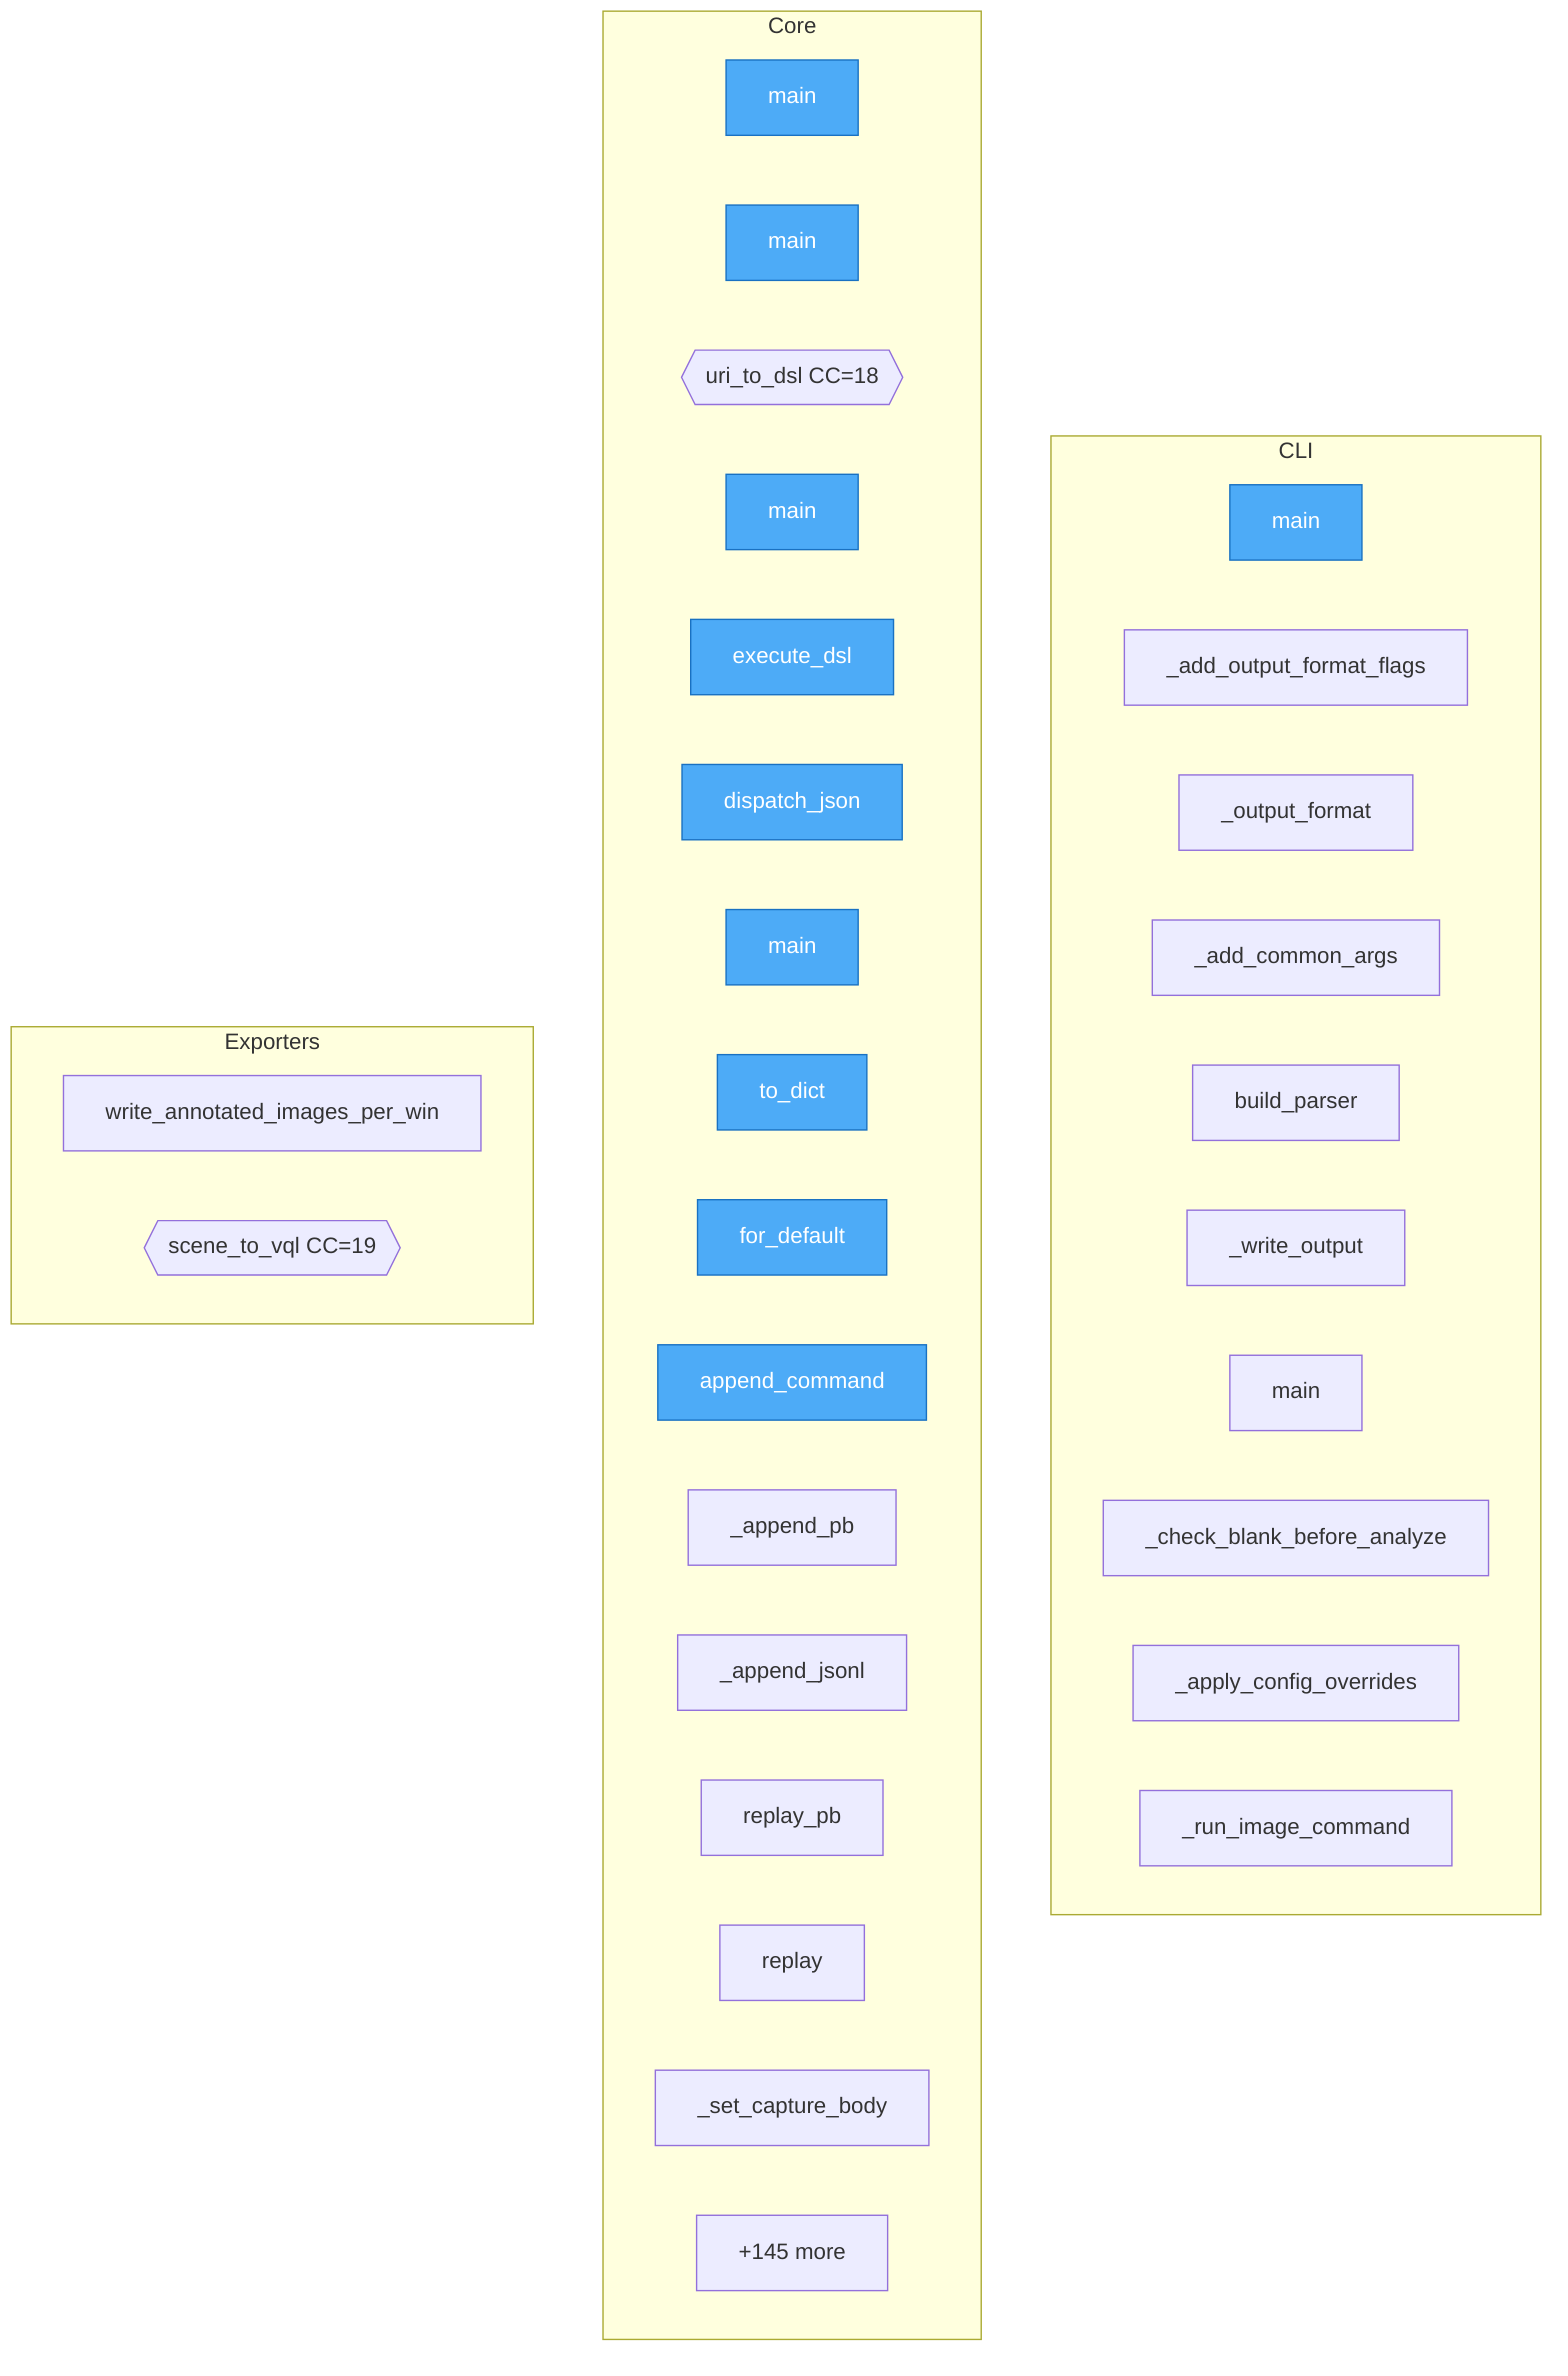
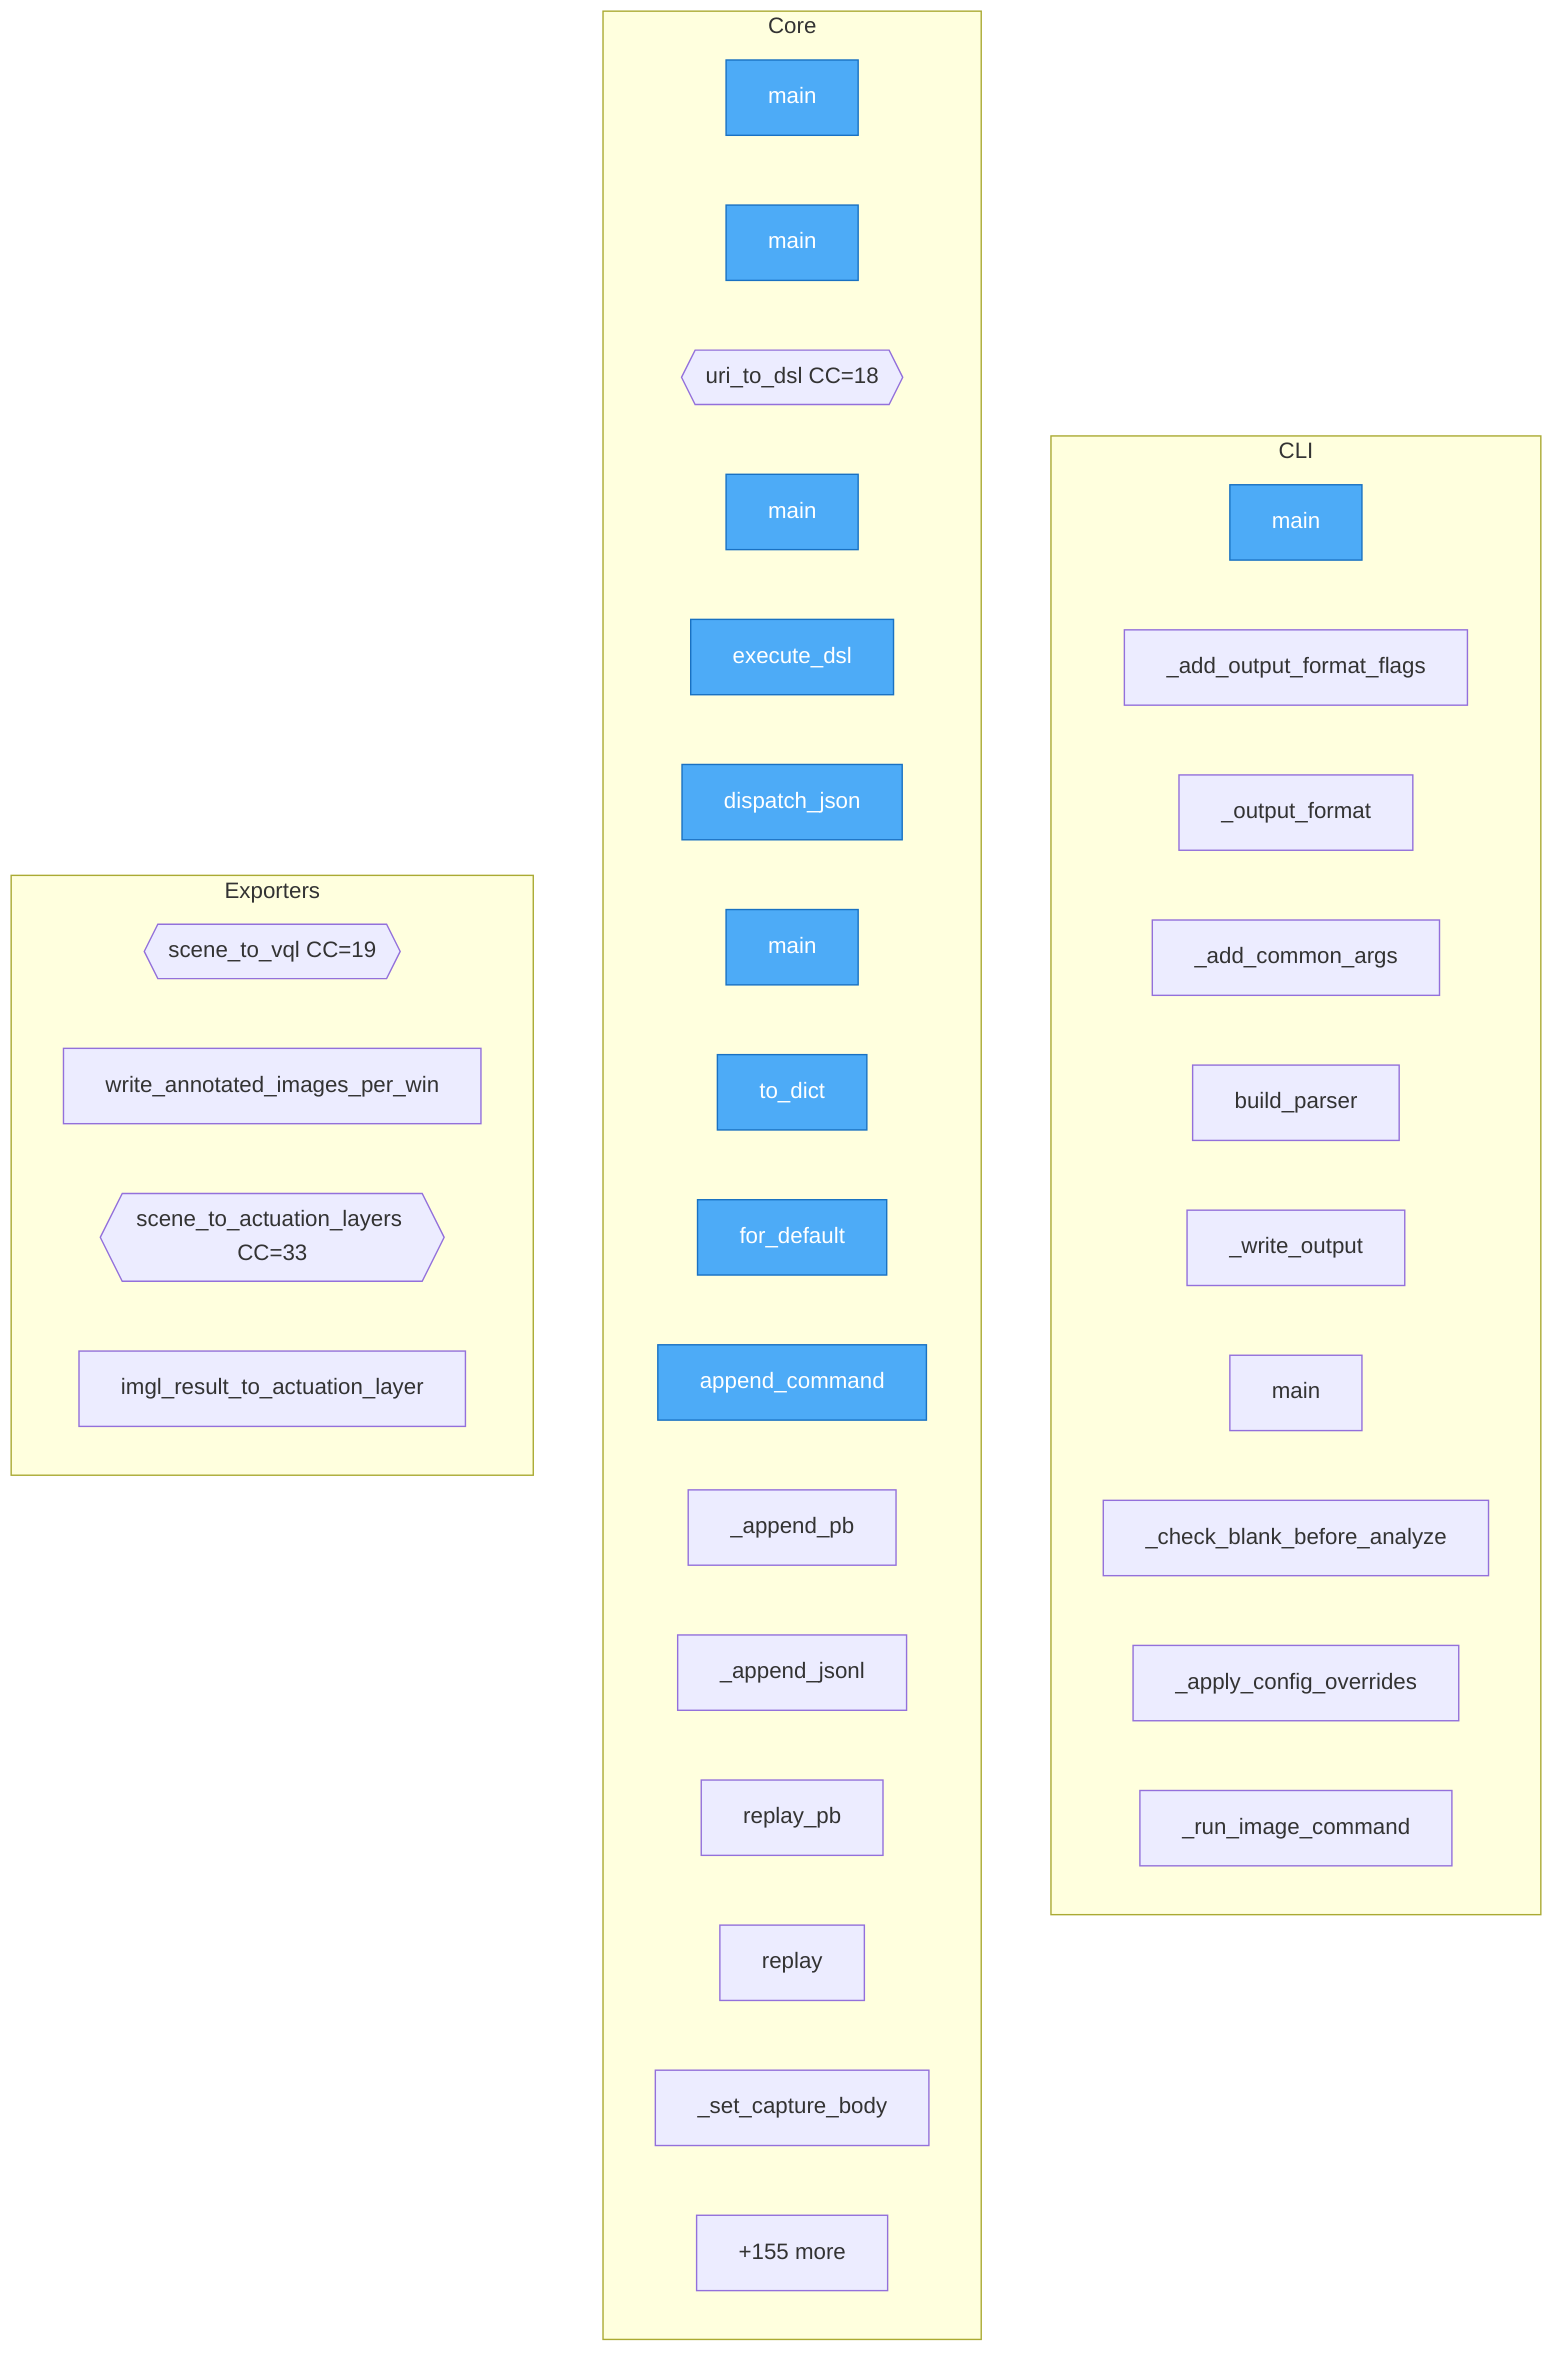
flowchart TD
- %% generated in 0.03s
+ %% generated in 0.05s

    %% Entry points (blue)
    classDef entry fill:#4dabf7,stroke:#1971c2,color:#fff

    subgraph CLI
        packages__cli2imgl__src__cli2imgl__cli__main["main"]
        imgl__cli___add_output_format_flags["_add_output_format_flags"]
        imgl__cli___output_format["_output_format"]
        imgl__cli___add_common_args["_add_common_args"]
        imgl__cli__build_parser["build_parser"]
        imgl__cli___write_output["_write_output"]
        imgl__cli__main["main"]
        imgl__cli___check_blank_before_analyze["_check_blank_before_analyze"]
        imgl__cli___apply_config_overrides["_apply_config_overrides"]
        imgl__cli___run_image_command["_run_image_command"]
    end

    subgraph Core
        packages__rest2imgl__src__rest2imgl__cli__main["main"]
        packages__uri2imgl__src__uri2imgl__cli__main["main"]
        packages__uri2imgl__src__uri2imgl__decode__uri_to_dsl{{uri_to_dsl CC=18}}
        packages__mcp2imgl__src__mcp2imgl__cli__main["main"]
        packages__dsl2imgl__src__dsl2imgl__bus__execute_dsl["execute_dsl"]
        packages__dsl2imgl__src__dsl2imgl__bus__dispatch_json["dispatch_json"]
        packages__dsl2imgl__src__dsl2imgl__cli__main["main"]
        packages__dsl2imgl__src__dsl2imgl__events__StoredEvent__to_dict["to_dict"]
        packages__dsl2imgl__src__dsl2imgl__events__EventStore__for_default["for_default"]
        packages__dsl2imgl__src__dsl2imgl__events__EventStore__append_command["append_command"]
        packages__dsl2imgl__src__dsl2imgl__events__EventStore___append_pb["_append_pb"]
        packages__dsl2imgl__src__dsl2imgl__events__EventStore___append_jsonl["_append_jsonl"]
        packages__dsl2imgl__src__dsl2imgl__events__EventStore__replay_pb["replay_pb"]
        packages__dsl2imgl__src__dsl2imgl__events__EventStore__replay["replay"]
        packages__dsl2imgl__src__dsl2imgl__pb_codec___set_capture_body["_set_capture_body"]
-         ...["+145 more"]
+         ...["+155 more"]
    end

    subgraph Exporters
+         imgl__export__vql_adapter__scene_to_vql{{scene_to_vql CC=19}}
        imgl__export__annotate_export__write_annotated_images_per_window["write_annotated_images_per_win"]
-         imgl__export__vql_adapter__scene_to_vql{{scene_to_vql CC=19}}
+         imgl__export__actuation_layers__scene_to_actuation_layers{{scene_to_actuation_layers CC=33}}
+         imgl__export__actuation_layers__imgl_result_to_actuation_layers["imgl_result_to_actuation_layer"]
    end

    class packages__rest2imgl__src__rest2imgl__cli__main,packages__cli2imgl__src__cli2imgl__cli__main,packages__uri2imgl__src__uri2imgl__cli__main,packages__mcp2imgl__src__mcp2imgl__cli__main,packages__dsl2imgl__src__dsl2imgl__bus__execute_dsl,packages__dsl2imgl__src__dsl2imgl__bus__dispatch_json,packages__dsl2imgl__src__dsl2imgl__cli__main,packages__dsl2imgl__src__dsl2imgl__events__StoredEvent__to_dict,packages__dsl2imgl__src__dsl2imgl__events__EventStore__for_default,packages__dsl2imgl__src__dsl2imgl__events__EventStore__append_command entry
